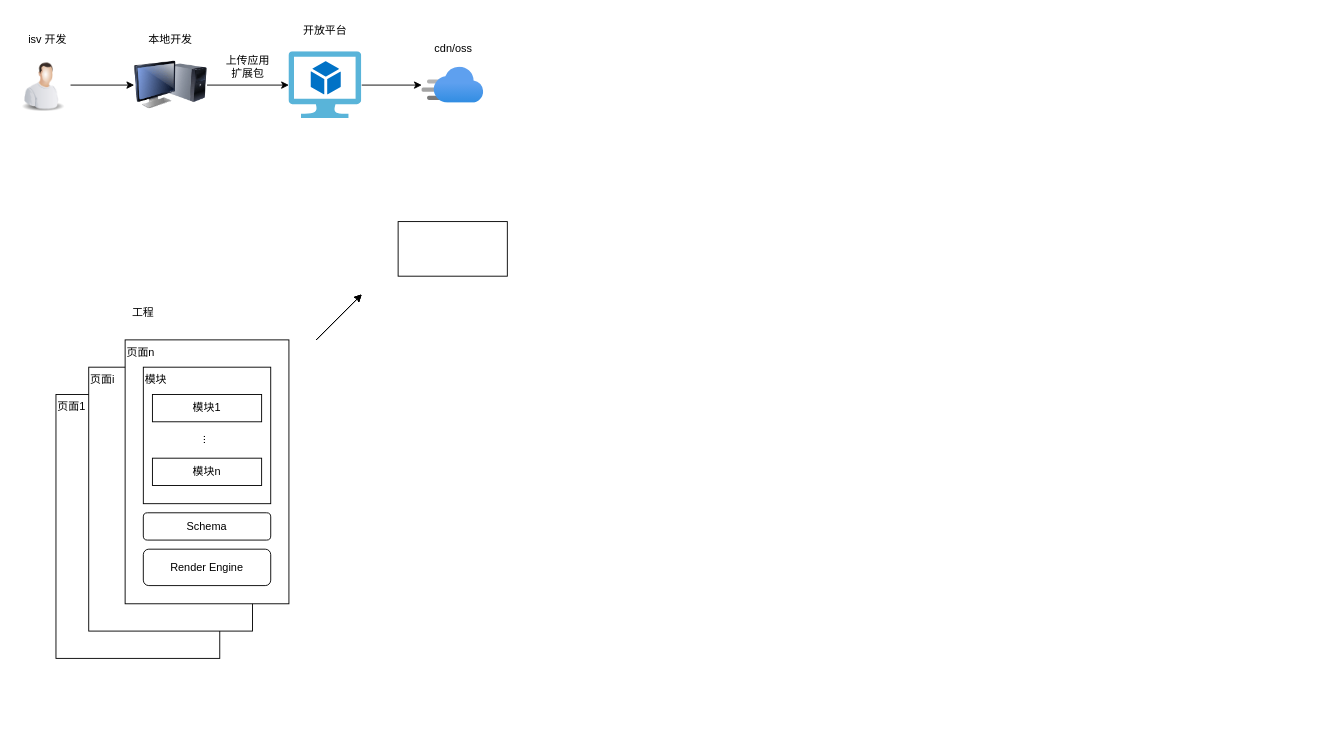
Before: 架构图.drawio in xiazhiqiang/diagrams, a draw.io diagram. Source tidied: cells renumbered, new cells numbered last; positions are measured from the earlier drawing's top-left corner, leaving out a move shared by most shapes. Both pictures are drawn from the tidied source at 91%, with x=0, y=0 at pixel (15, 21). Pictures stored in the file or linked from it are replaced by grey dashed boxes.
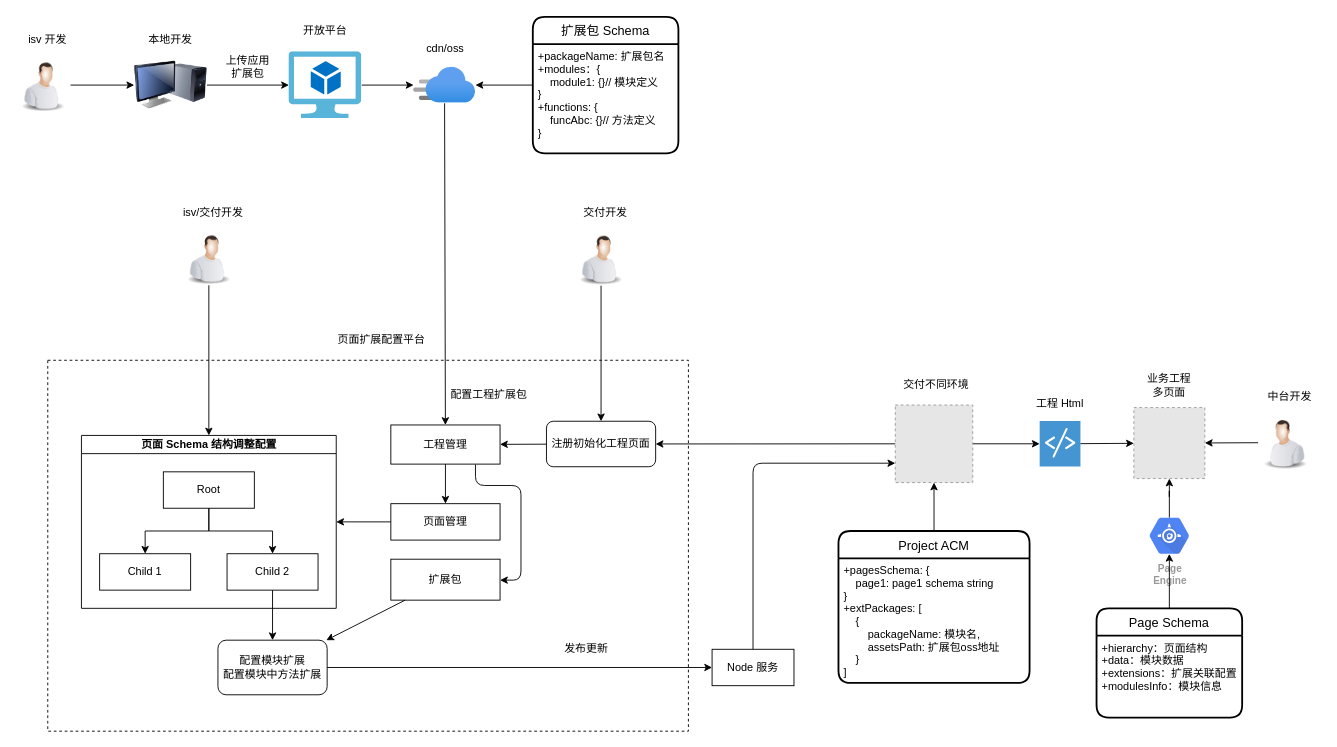
The same page after the edit.

Commit message (it also covers changes not shown here):
更新架构图.drawio

Change to the diagram source:
```diff
@@
-    <mxCell id="2" value="页面1" style="rounded=0;whiteSpace=wrap;html=1;align=left;verticalAlign=top;" parent="1" vertex="1">
-      <mxGeometry x="44" y="410" width="180" height="290" as="geometry" />
-    </mxCell>
-    <mxCell id="3" value="页面i" style="rounded=0;whiteSpace=wrap;html=1;align=left;verticalAlign=top;" parent="1" vertex="1">
-      <mxGeometry x="80" y="380" width="180" height="290" as="geometry" />
-    </mxCell>
-    <mxCell id="4" value="页面n" style="rounded=0;whiteSpace=wrap;html=1;align=left;verticalAlign=top;" parent="1" vertex="1">
-      <mxGeometry x="120" y="350" width="180" height="290" as="geometry" />
-    </mxCell>
-    <mxCell id="5" value="模块" style="rounded=0;whiteSpace=wrap;html=1;align=left;verticalAlign=top;" parent="1" vertex="1">
-      <mxGeometry x="140" y="380" width="140" height="150" as="geometry" />
-    </mxCell>
-    <mxCell id="6" value="工程" style="text;html=1;strokeColor=none;fillColor=none;align=center;verticalAlign=middle;whiteSpace=wrap;rounded=0;" parent="1" vertex="1">
-      <mxGeometry x="120" y="310" width="40" height="20" as="geometry" />
-    </mxCell>
-    <mxCell id="7" value="模块1" style="rounded=0;whiteSpace=wrap;html=1;" parent="1" vertex="1">
-      <mxGeometry x="150" y="410" width="120" height="30" as="geometry" />
-    </mxCell>
-    <mxCell id="8" value="模块n" style="rounded=0;whiteSpace=wrap;html=1;" parent="1" vertex="1">
-      <mxGeometry x="150" y="480" width="120" height="30" as="geometry" />
-    </mxCell>
-    <mxCell id="9" value="..." style="text;html=1;strokeColor=none;fillColor=none;align=center;verticalAlign=middle;whiteSpace=wrap;rounded=0;direction=east;horizontal=0;" parent="1" vertex="1">
-      <mxGeometry x="184" y="450" width="40" height="20" as="geometry" />
-    </mxCell>
-    <mxCell id="10" value="Render Engine" style="rounded=1;whiteSpace=wrap;html=1;align=center;" parent="1" vertex="1">
-      <mxGeometry x="140" y="580" width="140" height="40" as="geometry" />
-    </mxCell>
-    <mxCell id="11" value="Schema" style="rounded=1;whiteSpace=wrap;html=1;align=center;" parent="1" vertex="1">
-      <mxGeometry x="140" y="540" width="140" height="30" as="geometry" />
-    </mxCell>
-    <mxCell id="12" style="rounded=0;whiteSpace=wrap;html=1;" parent="1" vertex="1">
-      <mxGeometry x="420" y="220" width="120" height="60" as="geometry" />
-    </mxCell>
-    <mxCell id="13" value="开放平台" style="text;html=1;strokeColor=none;fillColor=none;align=center;verticalAlign=middle;whiteSpace=wrap;rounded=0;" parent="1" vertex="1">
-      <mxGeometry x="305" width="70" height="20" as="geometry" />
-    </mxCell>
+    <mxCell id="28" style="rounded=0;whiteSpace=wrap;html=1;labelBackgroundColor=none;align=center;verticalAlign=middle;dashed=1;fillColor=none;" parent="1" vertex="1">
+      <mxGeometry x="35" y="372.4" width="704" height="407.6" as="geometry" />
+    </mxCell>
@@
-    <mxCell id="15" style="html=1;points=[];align=center;image;fontSize=12;image=img/lib/mscae/Virtual_Machine_2.svg;" parent="1" vertex="1">
-      <mxGeometry x="300" y="33.2" width="80" height="73.6" as="geometry" />
-    </mxCell>
@@
+    <mxCell id="19" style="edgeStyle=orthogonalEdgeStyle;rounded=0;jettySize=auto;html=1;exitX=1;exitY=0.5;exitDx=0;exitDy=0;" parent="1" edge="1" source="20" target="15">
+      <mxGeometry relative="1" as="geometry" />
+    </mxCell>
+    <mxCell id="24" value="上传应用&lt;br&gt;扩展包" style="text;html=1;strokeColor=none;fillColor=none;align=center;verticalAlign=middle;whiteSpace=wrap;rounded=0;" parent="1" vertex="1">
+      <mxGeometry x="220" y="40" width="70" height="20" as="geometry" />
+    </mxCell>
+    <mxCell id="29" style="group;" parent="1" vertex="1">
+      <mxGeometry y="10" width="70" height="90" as="geometry" />
+    </mxCell>
-    <mxCell id="17" style="image;html=1;image=img/lib/clip_art/people/Worker_Man_128x128.png;" parent="1" vertex="1">
-      <mxGeometry y="40" width="60" height="60" as="geometry" />
+    <mxCell id="17" style="image;html=1;image=img/lib/clip_art/people/Worker_Man_128x128.png;" parent="29" vertex="1">
+      <mxGeometry y="30" width="60" height="60" as="geometry" />
     </mxCell>
-    <mxCell id="18" value="isv 开发" style="text;html=1;strokeColor=none;fillColor=none;align=center;verticalAlign=middle;whiteSpace=wrap;rounded=0;" parent="1" vertex="1">
-      <mxGeometry y="10" width="70" height="20" as="geometry" />
+    <mxCell id="18" value="isv 开发" style="text;html=1;strokeColor=none;fillColor=none;align=center;verticalAlign=middle;whiteSpace=wrap;rounded=0;" parent="29" vertex="1">
+      <mxGeometry width="70" height="20" as="geometry" />
     </mxCell>
-    <mxCell id="19" style="edgeStyle=orthogonalEdgeStyle;rounded=0;jettySize=auto;html=1;exitX=1;exitY=0.5;exitDx=0;exitDy=0;" parent="1" edge="1" source="20" target="15">
-      <mxGeometry relative="1" as="geometry" />
-    </mxCell>
+    <mxCell id="30" style="edgeStyle=orthogonalEdgeStyle;rounded=0;jettySize=auto;html=1;exitX=0.5;exitY=0.16;exitDx=0;exitDy=0;exitPerimeter=0;" parent="1" edge="1" source="31" target="70">
+      <mxGeometry relative="1" as="geometry" />
+    </mxCell>
+    <mxCell id="31" value="Page&lt;br&gt;Engine" style="html=1;fillColor=#5184F3;strokeColor=none;verticalAlign=top;labelPosition=center;verticalLabelPosition=bottom;align=center;spacingTop=-6;fontSize=11;fontStyle=1;fontColor=#999999;shape=mxgraph.gcp2.hexIcon;prIcon=app_engine;" parent="1" vertex="1">
+      <mxGeometry x="1234.5" y="536" width="66" height="58.5" as="geometry" />
+    </mxCell>
+    <mxCell id="32" value="Page Schema" style="swimlane;horizontal=1;startSize=30;rounded=1;fontSize=14;fontStyle=0;strokeWidth=2;shadow=0;dashed=0;align=center;" parent="1" vertex="1">
+      <mxGeometry x="1187.5" y="645" width="160" height="120" as="geometry" />
+    </mxCell>
+    <mxCell id="33" value="+hierarchy：页面结构&#10;+data：模块数据&#10;+extensions：扩展关联配置&#10;+modulesInfo：模块信息" style="align=left;strokeColor=none;fillColor=none;spacingLeft=4;fontSize=12;verticalAlign=top;" parent="32" vertex="1">
+      <mxGeometry y="30" width="160" height="90" as="geometry" />
+    </mxCell>
+    <mxCell id="34" style="edgeStyle=orthogonalEdgeStyle;rounded=0;jettySize=auto;html=1;entryX=0.5;entryY=0.84;entryDx=0;entryDy=0;entryPerimeter=0;" parent="1" edge="1" source="32" target="31">
+      <mxGeometry relative="1" as="geometry" />
+    </mxCell>
+    <mxCell id="35" style="group;" parent="1" vertex="1">
+      <mxGeometry x="130" y="10" width="80" height="100" as="geometry" />
+    </mxCell>
-    <mxCell id="20" style="image;html=1;image=img/lib/clip_art/computers/Monitor_Tower_128x128.png;" parent="1" vertex="1">
-      <mxGeometry x="130" y="30" width="80" height="80" as="geometry" />
+    <mxCell id="20" style="image;html=1;image=img/lib/clip_art/computers/Monitor_Tower_128x128.png;" parent="35" vertex="1">
+      <mxGeometry y="20" width="80" height="80" as="geometry" />
     </mxCell>
-    <mxCell id="21" value="本地开发" style="text;html=1;strokeColor=none;fillColor=none;align=center;verticalAlign=middle;whiteSpace=wrap;rounded=0;" parent="1" vertex="1">
-      <mxGeometry x="135" y="10" width="70" height="20" as="geometry" />
+    <mxCell id="21" value="本地开发" style="text;html=1;strokeColor=none;fillColor=none;align=center;verticalAlign=middle;whiteSpace=wrap;rounded=0;" parent="35" vertex="1">
+      <mxGeometry x="5" width="70" height="20" as="geometry" />
     </mxCell>
-    <mxCell id="22" style="endArrow=classic;html=1;" parent="1" edge="1">
-      <mxGeometry relative="1" as="geometry">
-        <mxPoint x="330" y="350" as="sourcePoint" />
-        <mxPoint x="380" y="300" as="targetPoint" />
-      </mxGeometry>
-    </mxCell>
-    <mxCell id="23" style="endArrow=classic;html=1;" parent="1" edge="1">
-      <mxGeometry relative="1" as="geometry">
-        <mxPoint x="330" y="350" as="sourcePoint" />
-        <mxPoint x="380" y="300" as="targetPoint" />
-      </mxGeometry>
-    </mxCell>
-    <mxCell id="24" value="上传应用&lt;br&gt;扩展包" style="text;html=1;strokeColor=none;fillColor=none;align=center;verticalAlign=middle;whiteSpace=wrap;rounded=0;" parent="1" vertex="1">
-      <mxGeometry x="220" y="40" width="70" height="20" as="geometry" />
-    </mxCell>
+    <mxCell id="36" style="group;" parent="1" vertex="1">
+      <mxGeometry x="300" width="80" height="106.8" as="geometry" />
+    </mxCell>
+    <mxCell id="13" value="开放平台" style="text;html=1;strokeColor=none;fillColor=none;align=center;verticalAlign=middle;whiteSpace=wrap;rounded=0;" parent="36" vertex="1">
+      <mxGeometry x="5" width="70" height="20" as="geometry" />
+    </mxCell>
+    <mxCell id="15" style="html=1;points=[];align=center;image;fontSize=12;image=img/lib/mscae/Virtual_Machine_2.svg;" parent="36" vertex="1">
+      <mxGeometry y="33.2" width="80" height="73.6" as="geometry" />
+    </mxCell>
+    <mxCell id="37" style="group;" parent="1" vertex="1">
+      <mxGeometry x="437" y="20" width="70" height="70" as="geometry" />
+    </mxCell>
-    <mxCell id="25" style="html=1;points=[];align=center;image;fontSize=12;image=img/lib/azure2/app_services/CDN_Profiles.svg;" parent="1" vertex="1">
-      <mxGeometry x="446" y="50" width="68" height="40" as="geometry" />
+    <mxCell id="25" style="html=1;points=[];align=center;image;fontSize=12;image=img/lib/azure2/app_services/CDN_Profiles.svg;" parent="37" vertex="1">
+      <mxGeometry y="30" width="68" height="40" as="geometry" />
     </mxCell>
-    <mxCell id="26" style="endArrow=classic;html=1;" parent="1" edge="1">
-      <mxGeometry relative="1" as="geometry">
-        <mxPoint x="330" y="350" as="sourcePoint" />
-        <mxPoint x="380" y="300" as="targetPoint" />
-      </mxGeometry>
-    </mxCell>
-    <mxCell id="27" value="cdn/oss" style="text;html=1;strokeColor=none;fillColor=none;align=center;verticalAlign=middle;whiteSpace=wrap;rounded=0;" parent="1" vertex="1">
-      <mxGeometry x="446" y="20" width="70" height="20" as="geometry" />
+    <mxCell id="27" value="cdn/oss" style="text;html=1;strokeColor=none;fillColor=none;align=center;verticalAlign=middle;whiteSpace=wrap;rounded=0;" parent="37" vertex="1">
+      <mxGeometry width="70" height="20" as="geometry" />
     </mxCell>
+    <mxCell id="38" value="扩展包 Schema" style="swimlane;horizontal=1;startSize=30;rounded=1;fontSize=14;fontStyle=0;strokeWidth=2;shadow=0;dashed=0;align=center;" parent="1" vertex="1">
+      <mxGeometry x="568" y="-5" width="160" height="150" as="geometry" />
+    </mxCell>
+    <mxCell id="39" value="+packageName: 扩展包名&#10;+modules：{&#10;    module1: {}// 模块定义&#10;}&#10;+functions: {&#10;    funcAbc: {}// 方法定义&#10;}" style="align=left;strokeColor=none;fillColor=none;spacingLeft=4;fontSize=12;verticalAlign=top;" parent="38" vertex="1">
+      <mxGeometry y="30" width="160" height="120" as="geometry" />
+    </mxCell>
+    <mxCell id="40" value="Project ACM" style="swimlane;horizontal=1;startSize=30;rounded=1;fontSize=14;fontStyle=0;strokeWidth=2;shadow=0;dashed=0;align=center;labelBackgroundColor=none;fillColor=#FFFFFF;" parent="1" vertex="1">
+      <mxGeometry x="903.9" y="560" width="210" height="167" as="geometry" />
+    </mxCell>
+    <mxCell id="41" value="+pagesSchema: {&#10;    page1: page1 schema string&#10;}&#10;+extPackages: [&#10;    {&#10;        packageName: 模块名,&#10;        assetsPath: 扩展包oss地址&#10;    }&#10;]" style="align=left;strokeColor=none;fillColor=none;spacingLeft=4;fontSize=12;verticalAlign=top;" parent="40" vertex="1">
+      <mxGeometry y="30" width="210" height="137" as="geometry" />
+    </mxCell>
+    <mxCell id="42" style="endArrow=classic;html=1;" parent="1" edge="1" source="45" target="48">
+      <mxGeometry relative="1" as="geometry" />
+    </mxCell>
+    <mxCell id="43" style="group;" parent="1" vertex="1">
+      <mxGeometry x="958.5" y="389" width="105" height="117.9" as="geometry" />
+    </mxCell>
+    <mxCell id="44" value="交付不同环境" style="text;html=1;strokeColor=none;fillColor=none;align=center;verticalAlign=middle;whiteSpace=wrap;rounded=0;" parent="43" vertex="1">
+      <mxGeometry width="105" height="20" as="geometry" />
+    </mxCell>
+    <mxCell id="45" style="fillColor=#E6E6E6;strokeColor=#999999;dashed=1;html=1;verticalAlign=top;verticalLabelPosition=bottom;labelBackgroundColor=#ffffff;" parent="43" vertex="1">
+      <mxGeometry x="7.8" y="32.6" width="85.2" height="85.2" as="geometry" />
+    </mxCell>
+    <mxCell id="46" value="页面扩展配置平台" style="text;html=1;strokeColor=none;fillColor=none;align=center;verticalAlign=middle;whiteSpace=wrap;rounded=0;labelBackgroundColor=none;" parent="1" vertex="1">
+      <mxGeometry x="352" y="340" width="100" height="20" as="geometry" />
+    </mxCell>
+    <mxCell id="47" style="endArrow=classic;html=1;" parent="1" edge="1" source="73" target="70">
+      <mxGeometry relative="1" as="geometry" />
+    </mxCell>
+    <mxCell id="48" style="shadow=0;dashed=0;html=1;strokeColor=none;fillColor=#4495D1;labelPosition=center;verticalLabelPosition=bottom;verticalAlign=top;align=center;outlineConnect=0;shape=mxgraph.veeam.script;labelBackgroundColor=none;" parent="1" vertex="1">
+      <mxGeometry x="1125" y="439.2" width="44.8" height="50" as="geometry" />
+    </mxCell>
+    <mxCell id="49" style="endArrow=classic;html=1;" parent="1" edge="1" source="48" target="70">
+      <mxGeometry relative="1" as="geometry" />
+    </mxCell>
+    <mxCell id="50" style="endArrow=classic;html=1;" parent="1" edge="1" source="38" target="25">
+      <mxGeometry relative="1" as="geometry" />
+    </mxCell>
+    <mxCell id="51" value="注册初始化工程页面" style="rounded=1;whiteSpace=wrap;html=1;labelBackgroundColor=none;fillColor=#FFFFFF;align=center;verticalAlign=middle;" parent="1" vertex="1">
+      <mxGeometry x="583" y="439.4" width="120" height="50" as="geometry" />
+    </mxCell>
+    <mxCell id="52" style="group;" parent="1" vertex="1">
+      <mxGeometry x="613" y="200.4" width="70" height="90" as="geometry" />
+    </mxCell>
+    <mxCell id="53" style="image;html=1;image=img/lib/clip_art/people/Worker_Man_128x128.png;" parent="52" vertex="1">
+      <mxGeometry y="30" width="60" height="60" as="geometry" />
+    </mxCell>
+    <mxCell id="54" value="交付开发" style="text;html=1;strokeColor=none;fillColor=none;align=center;verticalAlign=middle;whiteSpace=wrap;rounded=0;" parent="52" vertex="1">
+      <mxGeometry width="70" height="20" as="geometry" />
+    </mxCell>
+    <mxCell id="55" style="endArrow=classic;html=1;" parent="1" edge="1" source="53" target="51">
+      <mxGeometry relative="1" as="geometry" />
+    </mxCell>
+    <mxCell id="56" style="endArrow=classic;html=1;" parent="1" edge="1" source="45" target="51">
+      <mxGeometry relative="1" as="geometry" />
+    </mxCell>
+    <mxCell id="57" style="endArrow=classic;html=1;" parent="1" edge="1" source="51" target="58">
+      <mxGeometry relative="1" as="geometry" />
+    </mxCell>
+    <mxCell id="58" value="工程管理" style="rounded=0;whiteSpace=wrap;html=1;labelBackgroundColor=none;fillColor=#FFFFFF;align=center;verticalAlign=middle;" parent="1" vertex="1">
+      <mxGeometry x="412" y="443.5" width="120" height="43" as="geometry" />
+    </mxCell>
+    <mxCell id="59" value="页面管理" style="rounded=0;whiteSpace=wrap;html=1;labelBackgroundColor=none;fillColor=#FFFFFF;align=center;verticalAlign=middle;" parent="1" vertex="1">
+      <mxGeometry x="412" y="530" width="120" height="40" as="geometry" />
+    </mxCell>
+    <mxCell id="60" style="endArrow=classic;html=1;" parent="1" edge="1" source="58" target="59">
+      <mxGeometry relative="1" as="geometry" />
+    </mxCell>
+    <mxCell id="61" value="配置工程扩展包" style="text;html=1;strokeColor=none;fillColor=none;align=center;verticalAlign=middle;whiteSpace=wrap;rounded=0;labelBackgroundColor=none;" parent="1" vertex="1">
+      <mxGeometry x="475" y="400" width="90" height="20" as="geometry" />
+    </mxCell>
+    <mxCell id="62" value="页面 Schema 结构调整配置" style="swimlane;html=1;startSize=20;horizontal=1;horizontalTree=0;containerType=tree;labelBackgroundColor=none;fillColor=#FFFFFF;align=center;verticalAlign=middle;" parent="1" vertex="1">
+      <mxGeometry x="72" y="455" width="280" height="190" as="geometry" />
+    </mxCell>
+    <mxCell id="63" value="Root" style="whiteSpace=wrap;html=1;" parent="62" vertex="1">
+      <mxGeometry x="90" y="40" width="100" height="40" as="geometry" />
+    </mxCell>
+    <mxCell id="64" value="Child 1" style="whiteSpace=wrap;html=1;" parent="62" vertex="1">
+      <mxGeometry x="20" y="130" width="100" height="40" as="geometry" />
+    </mxCell>
+    <mxCell id="65" style="edgeStyle=elbowEdgeStyle;elbow=vertical;html=1;rounded=0;" parent="62" edge="1" source="63" target="64">
+      <mxGeometry relative="1" as="geometry" />
+    </mxCell>
+    <mxCell id="66" value="Child 2" style="whiteSpace=wrap;html=1;" parent="62" vertex="1">
+      <mxGeometry x="160" y="130" width="100" height="40" as="geometry" />
+    </mxCell>
+    <mxCell id="67" style="edgeStyle=elbowEdgeStyle;elbow=vertical;html=1;rounded=0;" parent="62" edge="1" source="63" target="66">
+      <mxGeometry relative="1" as="geometry" />
+    </mxCell>
+    <mxCell id="68" style="endArrow=classic;html=1;" parent="1" edge="1" source="25" target="58">
+      <mxGeometry relative="1" as="geometry" />
+    </mxCell>
+    <mxCell id="69" style="group;" parent="1" vertex="1">
+      <mxGeometry x="1211" y="390" width="113" height="112.4" as="geometry" />
+    </mxCell>
+    <mxCell id="70" style="fillColor=#E6E6E6;strokeColor=#999999;dashed=1;html=1;verticalAlign=top;verticalLabelPosition=bottom;labelBackgroundColor=#ffffff;" parent="69" vertex="1">
+      <mxGeometry x="17.5" y="34.4" width="78" height="78" as="geometry" />
+    </mxCell>
+    <mxCell id="71" value="业务工程&lt;br&gt;多页面" style="text;html=1;strokeColor=none;fillColor=none;align=center;verticalAlign=middle;whiteSpace=wrap;rounded=0;" parent="69" vertex="1">
+      <mxGeometry width="113" height="20" as="geometry" />
+    </mxCell>
+    <mxCell id="72" style="group;" parent="1" vertex="1">
+      <mxGeometry x="1365" y="402.9" width="70" height="90" as="geometry" />
+    </mxCell>
+    <mxCell id="73" style="image;html=1;image=img/lib/clip_art/people/Worker_Man_128x128.png;flipH=1;" parent="72" vertex="1">
+      <mxGeometry y="30" width="60" height="60" as="geometry" />
+    </mxCell>
+    <mxCell id="74" value="中台开发" style="text;html=1;strokeColor=none;fillColor=none;align=center;verticalAlign=middle;whiteSpace=wrap;rounded=0;" parent="72" vertex="1">
+      <mxGeometry width="70" height="20" as="geometry" />
+    </mxCell>
+    <mxCell id="75" style="group;" parent="1" vertex="1">
+      <mxGeometry x="182" y="200" width="70" height="90" as="geometry" />
+    </mxCell>
+    <mxCell id="76" style="image;html=1;image=img/lib/clip_art/people/Worker_Man_128x128.png;" parent="75" vertex="1">
+      <mxGeometry y="30" width="60" height="60" as="geometry" />
+    </mxCell>
+    <mxCell id="77" value="isv/交付开发" style="text;html=1;strokeColor=none;fillColor=none;align=center;verticalAlign=middle;whiteSpace=wrap;rounded=0;" parent="75" vertex="1">
+      <mxGeometry width="70" height="20" as="geometry" />
+    </mxCell>
+    <mxCell id="78" style="endArrow=classic;html=1;" parent="1" edge="1" source="59" target="62">
+      <mxGeometry relative="1" as="geometry" />
+    </mxCell>
+    <mxCell id="79" value="扩展包" style="rounded=0;whiteSpace=wrap;html=1;labelBackgroundColor=none;fillColor=none;align=center;verticalAlign=middle;" parent="1" vertex="1">
+      <mxGeometry x="412" y="591" width="120" height="45" as="geometry" />
+    </mxCell>
+    <mxCell id="80" style="endArrow=classic;html=1;entryX=0.5;entryY=0;entryDx=0;entryDy=0;" parent="1" edge="1" source="76" target="62">
+      <mxGeometry relative="1" as="geometry" />
+    </mxCell>
+    <mxCell id="81" style="edgeStyle=segmentEdgeStyle;endArrow=classic;html=1;" parent="1" edge="1" target="79">
+      <mxGeometry relative="1" as="geometry">
+        <mxPoint x="505" y="487" as="sourcePoint" />
+        <Array as="points">
+          <mxPoint x="505" y="510" />
+          <mxPoint x="555" y="510" />
+          <mxPoint x="555" y="614" />
+        </Array>
+      </mxGeometry>
+    </mxCell>
+    <mxCell id="82" value="配置模块扩展&lt;br&gt;配置模块中方法扩展" style="rounded=1;whiteSpace=wrap;html=1;labelBackgroundColor=none;fillColor=none;align=center;verticalAlign=middle;" parent="1" vertex="1">
+      <mxGeometry x="222" y="680" width="120" height="60" as="geometry" />
+    </mxCell>
+    <mxCell id="83" style="endArrow=classic;html=1;" parent="1" edge="1" source="79" target="82">
+      <mxGeometry relative="1" as="geometry" />
+    </mxCell>
+    <mxCell id="84" style="endArrow=none;html=1;startArrow=classic;startFill=1;endFill=0;" parent="1" edge="1" source="82" target="66">
+      <mxGeometry relative="1" as="geometry" />
+    </mxCell>
+    <mxCell id="85" value="发布更新" style="text;html=1;strokeColor=none;fillColor=none;align=center;verticalAlign=middle;whiteSpace=wrap;rounded=0;labelBackgroundColor=none;" parent="1" vertex="1">
+      <mxGeometry x="592" y="680" width="70" height="20" as="geometry" />
+    </mxCell>
+    <mxCell id="86" style="endArrow=none;html=1;entryX=0.5;entryY=0;entryDx=0;entryDy=0;startArrow=classic;startFill=1;endFill=0;" parent="1" edge="1" source="45" target="40">
+      <mxGeometry relative="1" as="geometry" />
+    </mxCell>
+    <mxCell id="87" value="Node 服务" style="rounded=0;whiteSpace=wrap;html=1;labelBackgroundColor=none;fillColor=none;align=center;verticalAlign=middle;" parent="1" vertex="1">
+      <mxGeometry x="765" y="690" width="90" height="40" as="geometry" />
+    </mxCell>
+    <mxCell id="88" style="endArrow=classic;html=1;" parent="1" edge="1" source="82" target="87">
+      <mxGeometry relative="1" as="geometry" />
+    </mxCell>
+    <mxCell id="89" style="edgeStyle=elbowEdgeStyle;elbow=horizontal;endArrow=classic;html=1;entryX=0;entryY=0.75;entryDx=0;entryDy=0;" parent="1" edge="1" source="87" target="45">
+      <mxGeometry relative="1" as="geometry">
+        <Array as="points">
+          <mxPoint x="810" y="580" />
+        </Array>
+      </mxGeometry>
+    </mxCell>
+    <mxCell id="90" value="工程 Html" style="text;html=1;strokeColor=none;fillColor=none;align=center;verticalAlign=middle;whiteSpace=wrap;rounded=0;" parent="1" vertex="1">
+      <mxGeometry x="1109.8" y="410" width="75.2" height="20" as="geometry" />
+    </mxCell>
```
